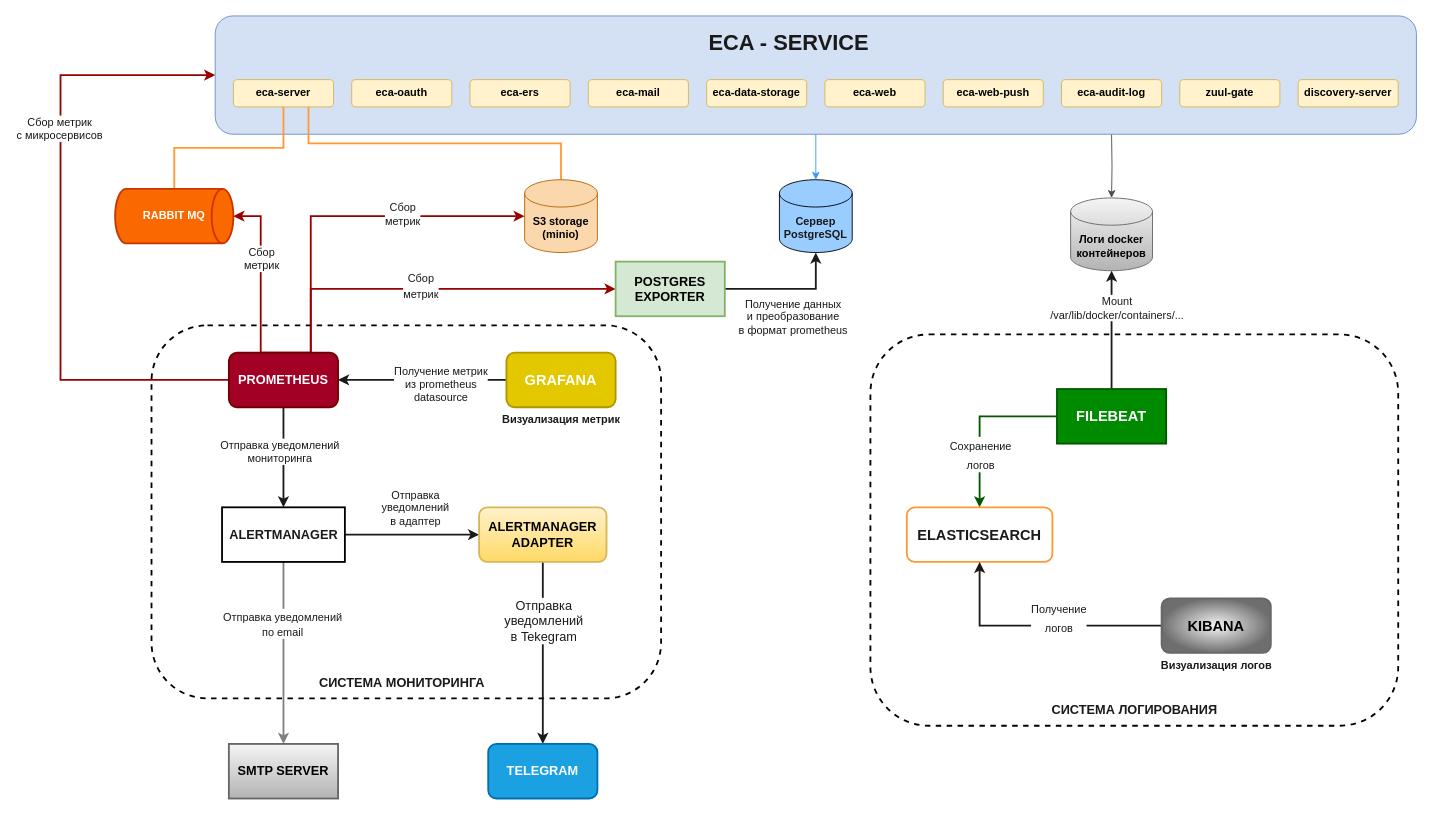
Before: doc/schemas/eca-service-ss-architecture.drawio in Stonnos/eca-service, a draw.io diagram. Source tidied: cells renumbered, new cells numbered last; positions are measured from the earlier drawing's top-left corner, leaving out a move shared by most shapes. Both pictures are drawn from the tidied source at 91%, with x=0, y=0 at pixel (60, 15).
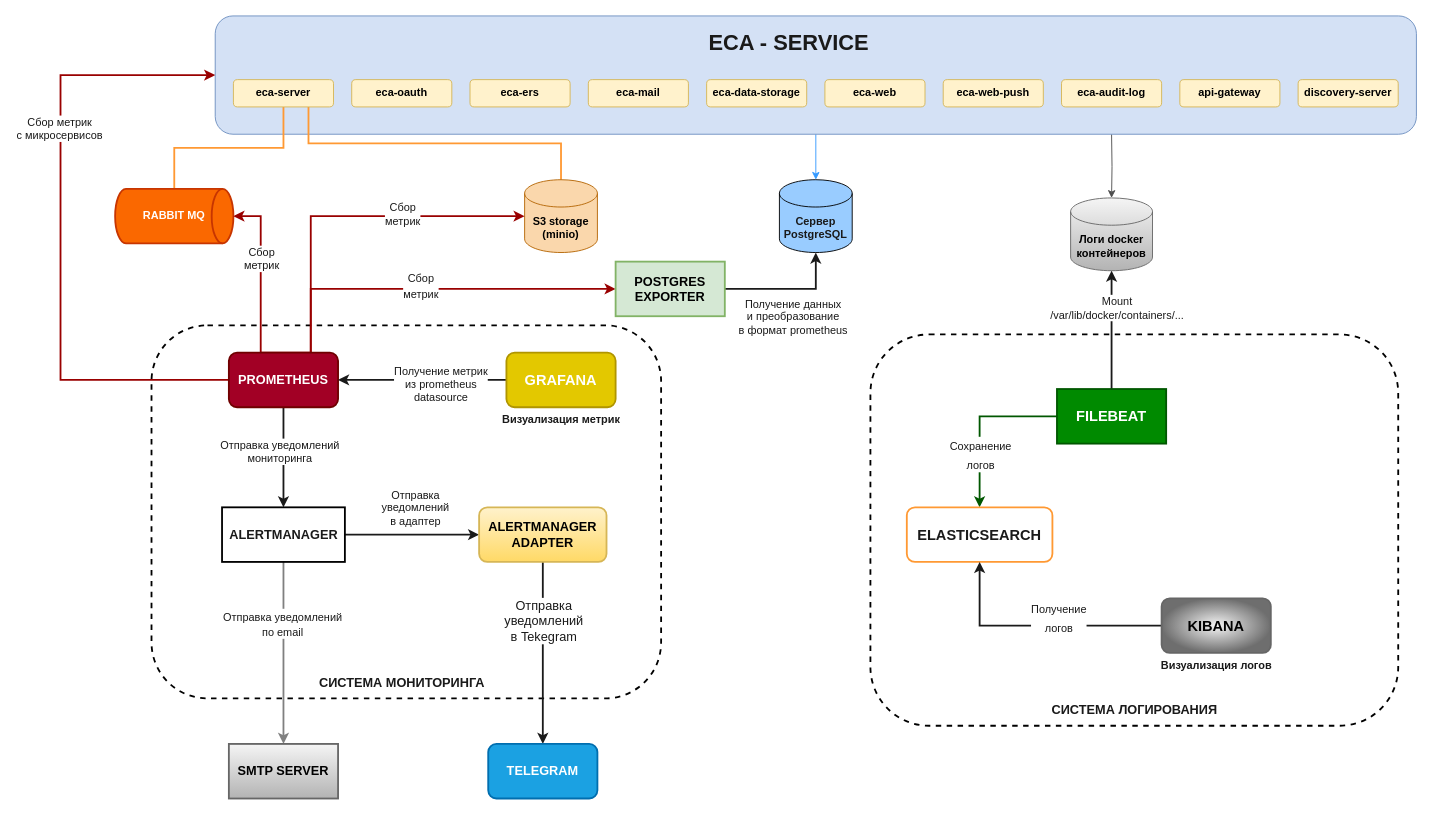
After the change.

What changed in the source:
```diff
@@
-    <mxCell id="16" value="&lt;b&gt;zuul-gate&lt;/b&gt;" style="rounded=1;whiteSpace=wrap;html=1;fillColor=#fff2cc;strokeColor=#d6b656;" parent="1" vertex="1">
+    <mxCell id="16" value="&lt;b&gt;api-gateway&lt;/b&gt;" style="rounded=1;whiteSpace=wrap;html=1;fillColor=#fff2cc;strokeColor=#d6b656;" parent="1" vertex="1">
       <mxGeometry x="1230" y="70" width="110" height="30" as="geometry" />
     </mxCell>
```
